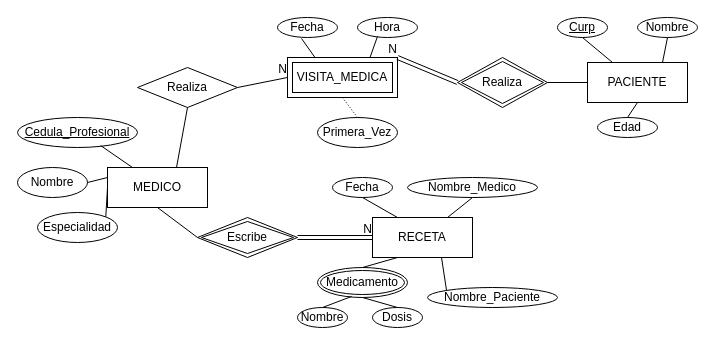
This is Untitled Diagram.drawio from IsraMejia/DiagramasEntidadRelacion, a draw.io file, before an edit. Source tidied: cells renumbered, new cells numbered last; positions are measured from the earlier drawing's top-left corner, leaving out a move shared by most shapes. Both pictures are drawn from the tidied source at 100%, with x=0, y=0 at pixel (17, 17).
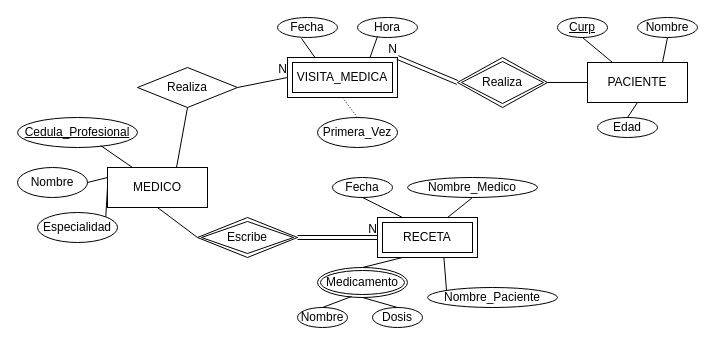
After the change.

Commit message:
Receta es entidad debil

Unchanged cells that the change refers to:
```xml
<mxCell id="43" value="Nombre_Paciente" style="ellipse;whiteSpace=wrap;html=1;align=center;" parent="1" vertex="1">
  <mxGeometry x="410" y="270" width="130" height="20" as="geometry" />
</mxCell>
<mxCell id="44" value="Nombre_Medico" style="ellipse;whiteSpace=wrap;html=1;align=center;" parent="1" vertex="1">
  <mxGeometry x="390" y="160" width="130" height="20" as="geometry" />
</mxCell>
```

The edit, as a diff of the source:
```diff
@@
-    <mxCell id="5" value="RECETA" style="whiteSpace=wrap;html=1;align=center;" parent="1" vertex="1">
-      <mxGeometry x="355" y="200" width="100" height="40" as="geometry" />
-    </mxCell>
@@
-    <mxCell id="46" style="endArrow=none;html=1;rounded=0;exitX=0.69;exitY=1;exitDx=0;exitDy=0;entryX=0;entryY=0;entryDx=0;entryDy=0;exitPerimeter=0;" parent="1" edge="1" source="5" target="43">
+    <mxCell id="46" style="endArrow=none;html=1;rounded=0;exitX=0.664;exitY=1.004;exitDx=0;exitDy=0;entryX=0;entryY=0;entryDx=0;entryDy=0;exitPerimeter=0;" parent="1" edge="1" source="5" target="43">
       <mxGeometry relative="1" as="geometry" />
     </mxCell>
@@
-    <mxCell id="48" style="endArrow=none;html=1;rounded=0;exitX=0.5;exitY=1;exitDx=0;exitDy=0;entryX=0.75;entryY=0;entryDx=0;entryDy=0;" parent="1" edge="1" source="44" target="5">
+    <mxCell id="48" style="endArrow=none;html=1;rounded=0;exitX=0.5;exitY=1;exitDx=0;exitDy=0;entryX=0.699;entryY=0.004;entryDx=0;entryDy=0;entryPerimeter=0;" parent="1" edge="1" source="44" target="5">
       <mxGeometry relative="1" as="geometry" />
     </mxCell>
+    <mxCell id="5" value="RECETA" style="shape=ext;margin=3;double=1;whiteSpace=wrap;html=1;align=center;" parent="1" vertex="1">
+      <mxGeometry x="360" y="200" width="100" height="40" as="geometry" />
+    </mxCell>
```
